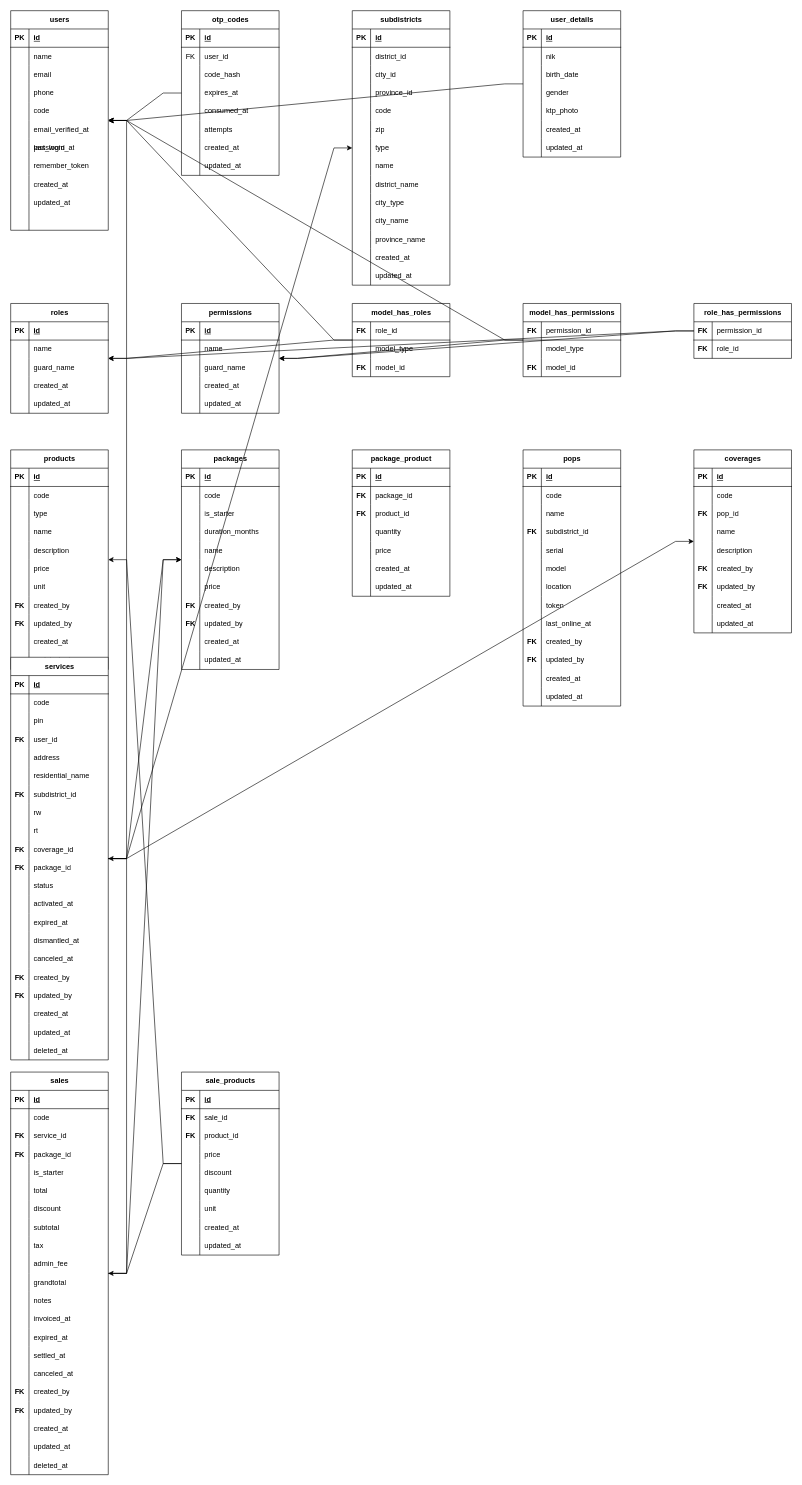
The draw.io diagram database/database_actual.drawio in sirosys/nexa, before the edit. Source tidied: cells renumbered, new cells numbered last; positions are measured from the earlier drawing's top-left corner, leaving out a move shared by most shapes. Both pictures are drawn from the tidied source at 61%, with x=0, y=0 at pixel (10, 10).
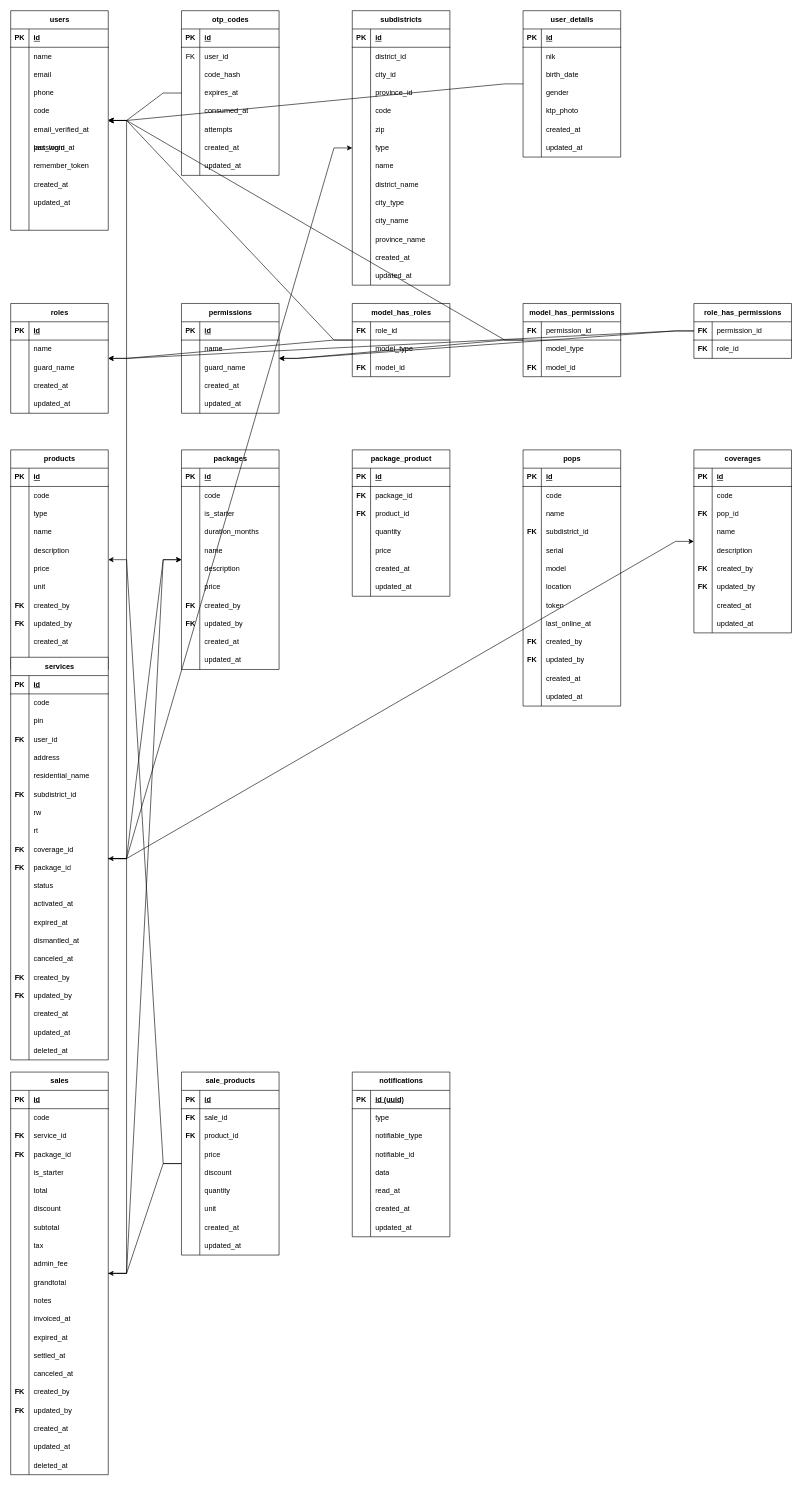
Above is the later version.

Diff of the diagram source:
```diff
@@
+    <mxCell id="515" value="notifications" style="shape=table;startSize=30;childLayout=tableLayout;rowLines=0;fontStyle=1;align=center;html=1;rounded=0;" parent="1" vertex="1">
+      <mxGeometry x="560" y="1740" width="160" height="270" as="geometry" />
+    </mxCell>
+    <mxCell id="516" style="shape=tableRow;horizontal=0;startSize=0;swimlaneHead=0;swimlaneBody=0;fillColor=none;top=0;left=0;right=0;bottom=1;rounded=0;" parent="515" vertex="1">
+      <mxGeometry y="30" width="160" height="30" as="geometry" />
+    </mxCell>
+    <mxCell id="517" value="PK" style="shape=partialRectangle;fillColor=none;top=0;left=0;bottom=0;right=0;fontStyle=1;overflow=hidden;whiteSpace=wrap;html=1;rounded=0;" parent="516" vertex="1">
+      <mxGeometry width="30" height="30" as="geometry" />
+    </mxCell>
+    <mxCell id="518" value="id (uuid)" style="shape=partialRectangle;fillColor=none;top=0;left=0;bottom=0;right=0;align=left;spacingLeft=6;fontStyle=5;overflow=hidden;whiteSpace=wrap;html=1;rounded=0;" parent="516" vertex="1">
+      <mxGeometry x="30" width="130" height="30" as="geometry" />
+    </mxCell>
+    <mxCell id="519" style="shape=tableRow;horizontal=0;startSize=0;swimlaneHead=0;swimlaneBody=0;fillColor=none;top=0;left=0;right=0;bottom=0;rounded=0;" parent="515" vertex="1">
+      <mxGeometry y="60" width="160" height="30" as="geometry" />
+    </mxCell>
+    <mxCell id="520" style="shape=partialRectangle;fillColor=none;top=0;left=0;bottom=0;right=0;overflow=hidden;whiteSpace=wrap;html=1;rounded=0;" parent="519" vertex="1">
+      <mxGeometry width="30" height="30" as="geometry" />
+    </mxCell>
+    <mxCell id="521" value="type" style="shape=partialRectangle;fillColor=none;top=0;left=0;bottom=0;right=0;align=left;spacingLeft=6;overflow=hidden;whiteSpace=wrap;html=1;rounded=0;" parent="519" vertex="1">
+      <mxGeometry x="30" width="130" height="30" as="geometry" />
+    </mxCell>
+    <mxCell id="522" style="shape=tableRow;horizontal=0;startSize=0;swimlaneHead=0;swimlaneBody=0;fillColor=none;top=0;left=0;right=0;bottom=0;rounded=0;" parent="515" vertex="1">
+      <mxGeometry y="90" width="160" height="30" as="geometry" />
+    </mxCell>
+    <mxCell id="523" style="shape=partialRectangle;fillColor=none;top=0;left=0;bottom=0;right=0;overflow=hidden;whiteSpace=wrap;html=1;rounded=0;" parent="522" vertex="1">
+      <mxGeometry width="30" height="30" as="geometry" />
+    </mxCell>
+    <mxCell id="524" value="notifiable_type" style="shape=partialRectangle;fillColor=none;top=0;left=0;bottom=0;right=0;align=left;spacingLeft=6;overflow=hidden;whiteSpace=wrap;html=1;rounded=0;" parent="522" vertex="1">
+      <mxGeometry x="30" width="130" height="30" as="geometry" />
+    </mxCell>
+    <mxCell id="525" style="shape=tableRow;horizontal=0;startSize=0;swimlaneHead=0;swimlaneBody=0;fillColor=none;top=0;left=0;right=0;bottom=0;rounded=0;" parent="515" vertex="1">
+      <mxGeometry y="120" width="160" height="30" as="geometry" />
+    </mxCell>
+    <mxCell id="526" style="shape=partialRectangle;fillColor=none;top=0;left=0;bottom=0;right=0;overflow=hidden;whiteSpace=wrap;html=1;rounded=0;" parent="525" vertex="1">
+      <mxGeometry width="30" height="30" as="geometry" />
+    </mxCell>
+    <mxCell id="527" value="notifiable_id" style="shape=partialRectangle;fillColor=none;top=0;left=0;bottom=0;right=0;align=left;spacingLeft=6;overflow=hidden;whiteSpace=wrap;html=1;rounded=0;" parent="525" vertex="1">
+      <mxGeometry x="30" width="130" height="30" as="geometry" />
+    </mxCell>
+    <mxCell id="528" style="shape=tableRow;horizontal=0;startSize=0;swimlaneHead=0;swimlaneBody=0;fillColor=none;top=0;left=0;right=0;bottom=0;rounded=0;" parent="515" vertex="1">
+      <mxGeometry y="150" width="160" height="30" as="geometry" />
+    </mxCell>
+    <mxCell id="529" style="shape=partialRectangle;fillColor=none;top=0;left=0;bottom=0;right=0;overflow=hidden;whiteSpace=wrap;html=1;rounded=0;" parent="528" vertex="1">
+      <mxGeometry width="30" height="30" as="geometry" />
+    </mxCell>
+    <mxCell id="530" value="data" style="shape=partialRectangle;fillColor=none;top=0;left=0;bottom=0;right=0;align=left;spacingLeft=6;overflow=hidden;whiteSpace=wrap;html=1;rounded=0;" parent="528" vertex="1">
+      <mxGeometry x="30" width="130" height="30" as="geometry" />
+    </mxCell>
+    <mxCell id="531" style="shape=tableRow;horizontal=0;startSize=0;swimlaneHead=0;swimlaneBody=0;fillColor=none;top=0;left=0;right=0;bottom=0;rounded=0;" parent="515" vertex="1">
+      <mxGeometry y="180" width="160" height="30" as="geometry" />
+    </mxCell>
+    <mxCell id="532" style="shape=partialRectangle;fillColor=none;top=0;left=0;bottom=0;right=0;overflow=hidden;whiteSpace=wrap;html=1;rounded=0;" parent="531" vertex="1">
+      <mxGeometry width="30" height="30" as="geometry" />
+    </mxCell>
+    <mxCell id="533" value="read_at" style="shape=partialRectangle;fillColor=none;top=0;left=0;bottom=0;right=0;align=left;spacingLeft=6;overflow=hidden;whiteSpace=wrap;html=1;rounded=0;" parent="531" vertex="1">
+      <mxGeometry x="30" width="130" height="30" as="geometry" />
+    </mxCell>
+    <mxCell id="534" style="shape=tableRow;horizontal=0;startSize=0;swimlaneHead=0;swimlaneBody=0;fillColor=none;top=0;left=0;right=0;bottom=0;rounded=0;" parent="515" vertex="1">
+      <mxGeometry y="210" width="160" height="30" as="geometry" />
+    </mxCell>
+    <mxCell id="535" style="shape=partialRectangle;fillColor=none;top=0;left=0;bottom=0;right=0;overflow=hidden;whiteSpace=wrap;html=1;rounded=0;" parent="534" vertex="1">
+      <mxGeometry width="30" height="30" as="geometry" />
+    </mxCell>
+    <mxCell id="536" value="created_at" style="shape=partialRectangle;fillColor=none;top=0;left=0;bottom=0;right=0;align=left;spacingLeft=6;overflow=hidden;whiteSpace=wrap;html=1;rounded=0;" parent="534" vertex="1">
+      <mxGeometry x="30" width="130" height="30" as="geometry" />
+    </mxCell>
+    <mxCell id="537" style="shape=tableRow;horizontal=0;startSize=0;swimlaneHead=0;swimlaneBody=0;fillColor=none;top=0;left=0;right=0;bottom=0;rounded=0;" parent="515" vertex="1">
+      <mxGeometry y="240" width="160" height="30" as="geometry" />
+    </mxCell>
+    <mxCell id="538" style="shape=partialRectangle;fillColor=none;top=0;left=0;bottom=0;right=0;overflow=hidden;whiteSpace=wrap;html=1;rounded=0;" parent="537" vertex="1">
+      <mxGeometry width="30" height="30" as="geometry" />
+    </mxCell>
+    <mxCell id="539" value="updated_at" style="shape=partialRectangle;fillColor=none;top=0;left=0;bottom=0;right=0;align=left;spacingLeft=6;overflow=hidden;whiteSpace=wrap;html=1;rounded=0;" parent="537" vertex="1">
+      <mxGeometry x="30" width="130" height="30" as="geometry" />
+    </mxCell>
```
